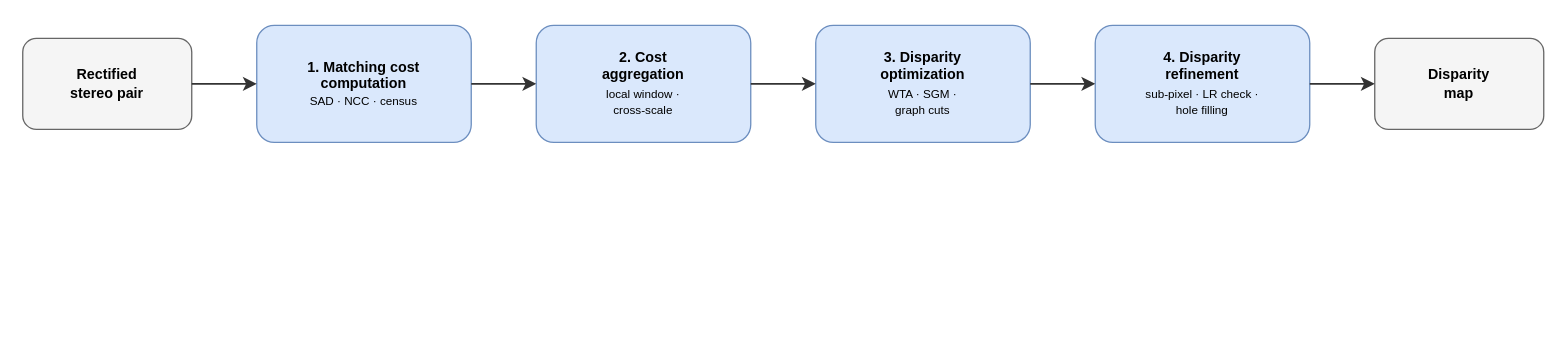
Before: thesis/book/figures/fig_2_1_classical_pipeline.drawio in abrar-nazib/StereoLite, a draw.io diagram. Source tidied: cells renumbered, new cells numbered last; positions are measured from the earlier drawing's top-left corner, leaving out a move shared by most shapes. Both pictures are drawn from the tidied source at 130%, with x=0, y=0 at pixel (22, 25).
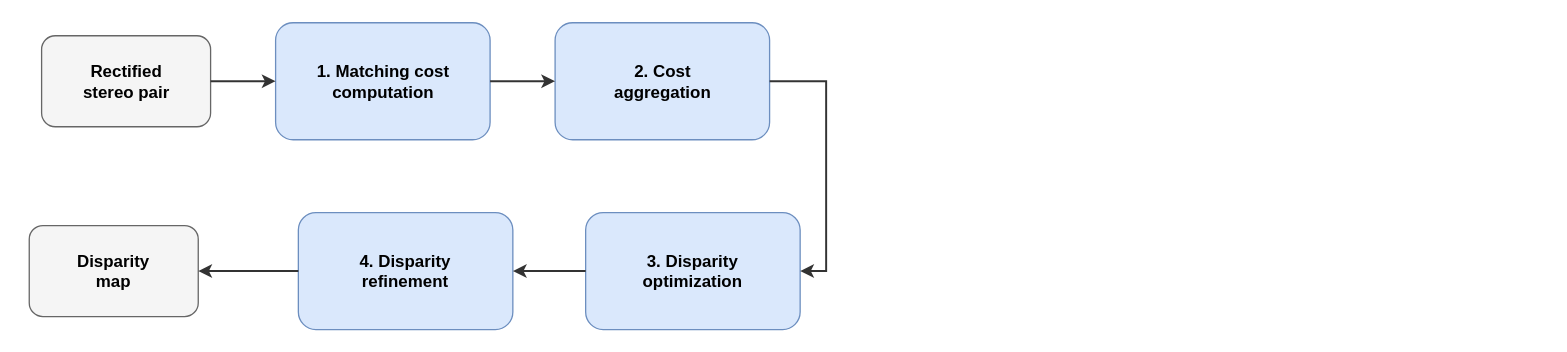
Above is the later version.

What changed in the source:
```diff
@@
 <mxGraphModel>
   <root>
     <mxCell id="0" />
     <mxCell id="1" parent="0" />
-    <mxCell id="2" value="&lt;b&gt;Rectified&lt;/b&gt;&lt;br&gt;&lt;b&gt;stereo pair&lt;/b&gt;" style="rounded=1;whiteSpace=wrap;html=1;fillColor=#f5f5f5;strokeColor=#666666;fontSize=11;align=center;" parent="1" vertex="1">
-      <mxGeometry y="10" width="130" height="70" as="geometry" />
+    <mxCell id="2" value="&lt;b&gt;Rectified&lt;/b&gt;&lt;br&gt;&lt;b&gt;stereo pair&lt;/b&gt;" style="rounded=1;whiteSpace=wrap;html=1;fillColor=#f5f5f5;strokeColor=#666666;fontSize=13;align=center;" parent="1" vertex="1">
+      <mxGeometry x="14.5" y="8" width="130" height="70" as="geometry" />
     </mxCell>
-    <mxCell id="3" value="&lt;b&gt;1. Matching cost&lt;br&gt;computation&lt;/b&gt;&lt;br&gt;&lt;font style='font-size:9px'&gt;SAD · NCC · census&lt;/font&gt;" style="rounded=1;whiteSpace=wrap;html=1;fillColor=#dae8fc;strokeColor=#6c8ebf;fontSize=11;align=center;" parent="1" vertex="1">
-      <mxGeometry x="180" width="165" height="90" as="geometry" />
+    <mxCell id="3" value="&lt;b&gt;1. Matching cost&lt;br&gt;computation&lt;/b&gt;" style="rounded=1;whiteSpace=wrap;html=1;fillColor=#dae8fc;strokeColor=#6c8ebf;fontSize=13;align=center;" parent="1" vertex="1">
+      <mxGeometry x="194.5" y="-2" width="165" height="90" as="geometry" />
     </mxCell>
     <mxCell id="4" style="edgeStyle=orthogonalEdgeStyle;rounded=0;html=1;jettySize=auto;strokeColor=#333333;strokeWidth=1.5;fontSize=10;exitX=1;exitY=0.5;exitDx=0;exitDy=0;entryX=0;entryY=0.5;entryDx=0;entryDy=0;" parent="1" edge="1" source="2" target="3">
       <mxGeometry relative="1" as="geometry" />
     </mxCell>
-    <mxCell id="5" value="&lt;b&gt;2. Cost&lt;br&gt;aggregation&lt;/b&gt;&lt;br&gt;&lt;font style='font-size:9px'&gt;local window ·&lt;br&gt;cross-scale&lt;/font&gt;" style="rounded=1;whiteSpace=wrap;html=1;fillColor=#dae8fc;strokeColor=#6c8ebf;fontSize=11;align=center;" parent="1" vertex="1">
-      <mxGeometry x="395" width="165" height="90" as="geometry" />
+    <mxCell id="5" value="&lt;b&gt;2. Cost&lt;br&gt;aggregation&lt;/b&gt;" style="rounded=1;whiteSpace=wrap;html=1;fillColor=#dae8fc;strokeColor=#6c8ebf;fontSize=13;align=center;" parent="1" vertex="1">
+      <mxGeometry x="409.5" y="-2" width="165" height="90" as="geometry" />
     </mxCell>
     <mxCell id="6" style="edgeStyle=orthogonalEdgeStyle;rounded=0;html=1;jettySize=auto;strokeColor=#333333;strokeWidth=1.5;fontSize=10;exitX=1;exitY=0.5;exitDx=0;exitDy=0;entryX=0;entryY=0.5;entryDx=0;entryDy=0;" parent="1" edge="1" source="3" target="5">
       <mxGeometry relative="1" as="geometry" />
     </mxCell>
-    <mxCell id="7" value="&lt;b&gt;3. Disparity&lt;br&gt;optimization&lt;/b&gt;&lt;br&gt;&lt;font style='font-size:9px'&gt;WTA · SGM ·&lt;br&gt;graph cuts&lt;/font&gt;" style="rounded=1;whiteSpace=wrap;html=1;fillColor=#dae8fc;strokeColor=#6c8ebf;fontSize=11;align=center;" parent="1" vertex="1">
-      <mxGeometry x="610" width="165" height="90" as="geometry" />
+    <mxCell id="7" value="&lt;b&gt;3. Disparity&lt;br&gt;optimization&lt;/b&gt;" style="rounded=1;whiteSpace=wrap;html=1;fillColor=#dae8fc;strokeColor=#6c8ebf;fontSize=13;align=center;" parent="1" vertex="1">
+      <mxGeometry x="433" y="144" width="165" height="90" as="geometry" />
     </mxCell>
-    <mxCell id="8" style="edgeStyle=orthogonalEdgeStyle;rounded=0;html=1;jettySize=auto;strokeColor=#333333;strokeWidth=1.5;fontSize=10;exitX=1;exitY=0.5;exitDx=0;exitDy=0;entryX=0;entryY=0.5;entryDx=0;entryDy=0;" parent="1" edge="1" source="5" target="7">
+    <mxCell id="8" style="edgeStyle=orthogonalEdgeStyle;rounded=0;html=1;jettySize=auto;strokeColor=#333333;strokeWidth=1.5;fontSize=10;exitX=1;exitY=0.5;exitDx=0;exitDy=0;entryX=1;entryY=0.5;entryDx=0;entryDy=0;" parent="1" edge="1" source="5" target="7">
       <mxGeometry relative="1" as="geometry" />
     </mxCell>
-    <mxCell id="9" value="&lt;b&gt;4. Disparity&lt;br&gt;refinement&lt;/b&gt;&lt;br&gt;&lt;font style='font-size:9px'&gt;sub-pixel · LR check ·&lt;br&gt;hole filling&lt;/font&gt;" style="rounded=1;whiteSpace=wrap;html=1;fillColor=#dae8fc;strokeColor=#6c8ebf;fontSize=11;align=center;" parent="1" vertex="1">
-      <mxGeometry x="825" width="165" height="90" as="geometry" />
+    <mxCell id="9" value="&lt;b&gt;4. Disparity&lt;br&gt;refinement&lt;/b&gt;" style="rounded=1;whiteSpace=wrap;html=1;fillColor=#dae8fc;strokeColor=#6c8ebf;fontSize=13;align=center;" parent="1" vertex="1">
+      <mxGeometry x="212" y="144" width="165" height="90" as="geometry" />
     </mxCell>
-    <mxCell id="10" style="edgeStyle=orthogonalEdgeStyle;rounded=0;html=1;jettySize=auto;strokeColor=#333333;strokeWidth=1.5;fontSize=10;exitX=1;exitY=0.5;exitDx=0;exitDy=0;entryX=0;entryY=0.5;entryDx=0;entryDy=0;" parent="1" edge="1" source="7" target="9">
+    <mxCell id="10" style="edgeStyle=orthogonalEdgeStyle;rounded=0;html=1;jettySize=auto;strokeColor=#333333;strokeWidth=1.5;fontSize=10;exitX=0;exitY=0.5;exitDx=0;exitDy=0;entryX=1;entryY=0.5;entryDx=0;entryDy=0;" parent="1" edge="1" source="7" target="9">
       <mxGeometry relative="1" as="geometry" />
     </mxCell>
-    <mxCell id="11" value="&lt;b&gt;Disparity&lt;/b&gt;&lt;br&gt;&lt;b&gt;map&lt;/b&gt;" style="rounded=1;whiteSpace=wrap;html=1;fillColor=#f5f5f5;strokeColor=#666666;fontSize=11;align=center;" parent="1" vertex="1">
-      <mxGeometry x="1040" y="10" width="130" height="70" as="geometry" />
+    <mxCell id="11" value="&lt;b&gt;Disparity&lt;/b&gt;&lt;br&gt;&lt;b&gt;map&lt;/b&gt;" style="rounded=1;whiteSpace=wrap;html=1;fillColor=#f5f5f5;strokeColor=#666666;fontSize=13;align=center;" parent="1" vertex="1">
+      <mxGeometry x="5" y="154" width="130" height="70" as="geometry" />
     </mxCell>
-    <mxCell id="12" style="edgeStyle=orthogonalEdgeStyle;rounded=0;html=1;jettySize=auto;strokeColor=#333333;strokeWidth=1.5;fontSize=10;exitX=1;exitY=0.5;exitDx=0;exitDy=0;entryX=0;entryY=0.5;entryDx=0;entryDy=0;" parent="1" edge="1" source="9" target="11">
+    <mxCell id="12" style="edgeStyle=orthogonalEdgeStyle;rounded=0;html=1;jettySize=auto;strokeColor=#333333;strokeWidth=1.5;fontSize=10;exitX=0;exitY=0.5;exitDx=0;exitDy=0;entryX=1;entryY=0.5;entryDx=0;entryDy=0;" parent="1" edge="1" source="9" target="11">
       <mxGeometry relative="1" as="geometry" />
     </mxCell>
   </root>
 </mxGraphModel>
```
